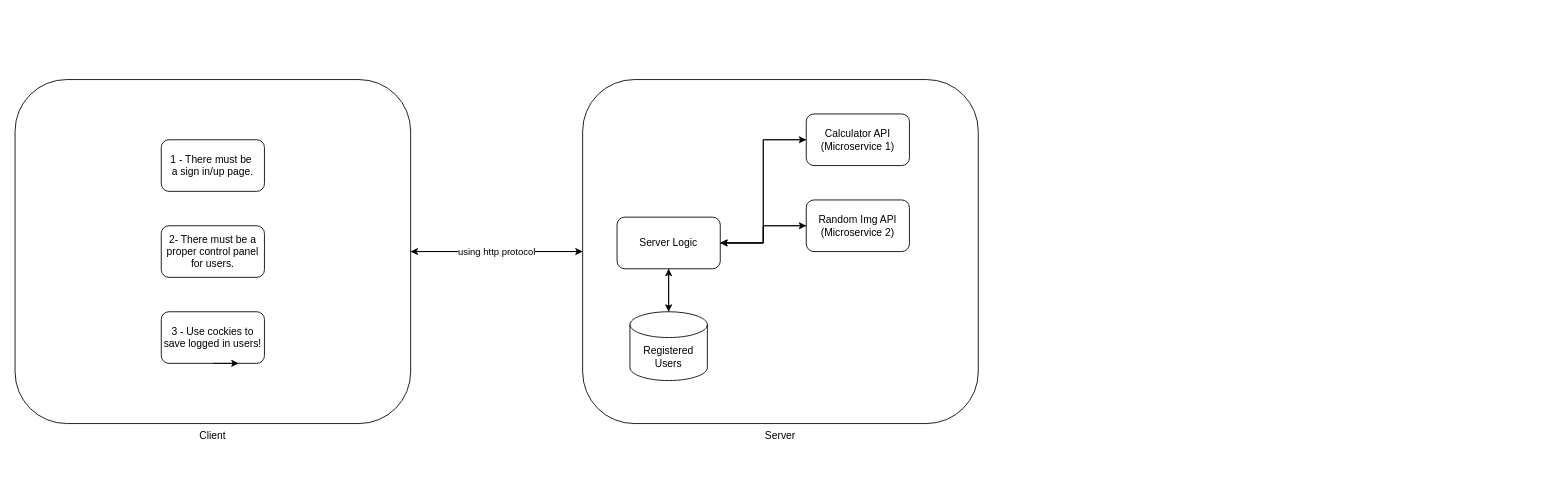
This is app-architecture.drawio from pouyam79i/web-service-training, a draw.io file, before an edit. Source tidied: cells renumbered, new cells numbered last; positions are measured from the earlier drawing's top-left corner, leaving out a move shared by most shapes. Both pictures are drawn from the tidied source at 86%, with x=0, y=0 at pixel (15, 79).
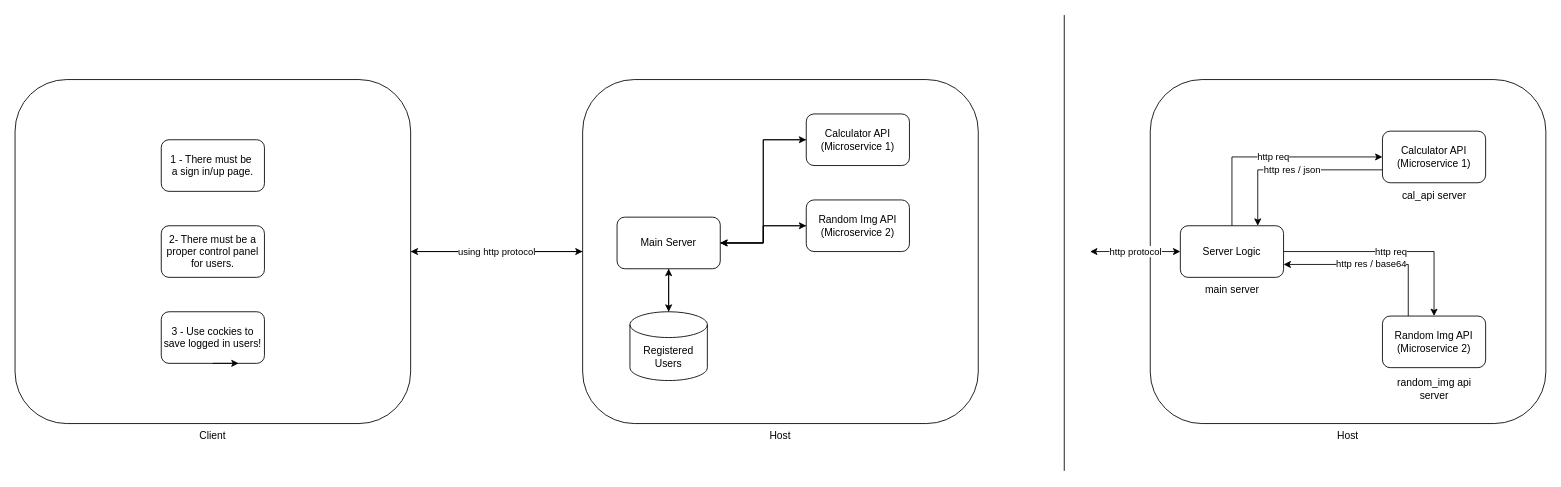
The same page after the edit.

Commit message:
Updating Host Structure Info Diagram

The edit, as a diff of the source:
```diff
@@
-    <mxCell id="7" value="Server" style="text;html=1;strokeColor=none;fillColor=none;align=center;verticalAlign=middle;whiteSpace=wrap;rounded=0;" parent="1" vertex="1">
+    <mxCell id="7" value="Host&lt;br&gt;" style="text;html=1;strokeColor=none;fillColor=none;align=center;verticalAlign=middle;whiteSpace=wrap;rounded=0;" parent="1" vertex="1">
       <mxGeometry x="860" y="400" width="60" height="30" as="geometry" />
     </mxCell>
@@
-    <mxCell id="11" value="Server Logic" style="rounded=1;whiteSpace=wrap;html=1;" parent="1" vertex="1">
+    <mxCell id="11" value="Main Server" style="rounded=1;whiteSpace=wrap;html=1;" parent="1" vertex="1">
       <mxGeometry x="700" y="160" width="120" height="60" as="geometry" />
     </mxCell>
@@
+    <mxCell id="22" style="endArrow=none;html=1;rounded=0;" parent="1" edge="1">
+      <mxGeometry relative="1" as="geometry">
+        <mxPoint x="1220" y="455" as="sourcePoint" />
+        <mxPoint x="1220" y="-75" as="targetPoint" />
+      </mxGeometry>
+    </mxCell>
+    <mxCell id="23" style="rounded=1;whiteSpace=wrap;html=1;" parent="1" vertex="1">
+      <mxGeometry x="1320" width="460" height="400" as="geometry" />
+    </mxCell>
+    <mxCell id="24" value="http req" style="edgeStyle=orthogonalEdgeStyle;rounded=0;jettySize=auto;html=1;exitX=0.5;exitY=0;exitDx=0;exitDy=0;entryX=0;entryY=0.5;entryDx=0;entryDy=0;" parent="1" edge="1" source="26" target="28">
+      <mxGeometry relative="1" as="geometry" />
+    </mxCell>
+    <mxCell id="25" value="http req" style="edgeStyle=orthogonalEdgeStyle;rounded=0;jettySize=auto;html=1;exitX=1;exitY=0.5;exitDx=0;exitDy=0;entryX=0.5;entryY=0;entryDx=0;entryDy=0;" parent="1" edge="1" source="26" target="30">
+      <mxGeometry relative="1" as="geometry" />
+    </mxCell>
+    <mxCell id="26" value="Server Logic" style="rounded=1;whiteSpace=wrap;html=1;" parent="1" vertex="1">
+      <mxGeometry x="1355" y="170" width="120" height="60" as="geometry" />
+    </mxCell>
+    <mxCell id="27" value="http res / json" style="edgeStyle=orthogonalEdgeStyle;rounded=0;jettySize=auto;html=1;exitX=0;exitY=0.75;exitDx=0;exitDy=0;entryX=0.75;entryY=0;entryDx=0;entryDy=0;" parent="1" edge="1" source="28" target="26">
+      <mxGeometry relative="1" as="geometry" />
+    </mxCell>
+    <mxCell id="28" value="Calculator API&lt;br&gt;(Microservice 1)" style="rounded=1;whiteSpace=wrap;html=1;" parent="1" vertex="1">
+      <mxGeometry x="1590" y="60" width="120" height="60" as="geometry" />
+    </mxCell>
+    <mxCell id="29" value="http res / base64" style="edgeStyle=orthogonalEdgeStyle;rounded=0;jettySize=auto;html=1;exitX=0.25;exitY=0;exitDx=0;exitDy=0;entryX=1;entryY=0.75;entryDx=0;entryDy=0;" parent="1" edge="1" source="30" target="26">
+      <mxGeometry relative="1" as="geometry" />
+    </mxCell>
+    <mxCell id="30" value="Random Img API&lt;br&gt;(Microservice 2)" style="rounded=1;whiteSpace=wrap;html=1;" parent="1" vertex="1">
+      <mxGeometry x="1590" y="275" width="120" height="60" as="geometry" />
+    </mxCell>
+    <mxCell id="31" value="Host&lt;br&gt;" style="text;html=1;strokeColor=none;fillColor=none;align=center;verticalAlign=middle;whiteSpace=wrap;rounded=0;" parent="1" vertex="1">
+      <mxGeometry x="1520" y="400" width="60" height="30" as="geometry" />
+    </mxCell>
+    <mxCell id="32" value="main server" style="text;html=1;strokeColor=none;fillColor=none;align=center;verticalAlign=middle;whiteSpace=wrap;rounded=0;" parent="1" vertex="1">
+      <mxGeometry x="1368" y="230" width="95" height="30" as="geometry" />
+    </mxCell>
+    <mxCell id="33" value="cal_api server" style="text;html=1;strokeColor=none;fillColor=none;align=center;verticalAlign=middle;whiteSpace=wrap;rounded=0;" parent="1" vertex="1">
+      <mxGeometry x="1602.5" y="120" width="95" height="30" as="geometry" />
+    </mxCell>
+    <mxCell id="34" value="random_img api&lt;br&gt;server" style="text;html=1;strokeColor=none;fillColor=none;align=center;verticalAlign=middle;whiteSpace=wrap;rounded=0;" parent="1" vertex="1">
+      <mxGeometry x="1602.5" y="345" width="95" height="30" as="geometry" />
+    </mxCell>
+    <mxCell id="35" value="http protocol" style="endArrow=classic;startArrow=classic;html=1;rounded=0;entryX=0;entryY=0.5;entryDx=0;entryDy=0;" parent="1" edge="1" target="26">
+      <mxGeometry relative="1" as="geometry">
+        <mxPoint x="1250" y="200" as="sourcePoint" />
+      </mxGeometry>
+    </mxCell>
```
